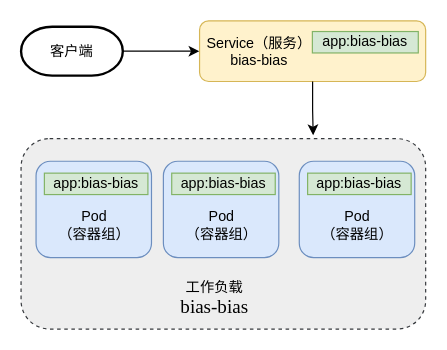
This is page "系统偏差解算软件" (15 of 24) of xw实体模块（软件）部署.drawio from LingClassmate/diagrams, a draw.io file, before an edit. Source tidied: cells renumbered, new cells numbered last; positions are measured from the earlier drawing's top-left corner, leaving out a move shared by most shapes. Both pictures are drawn from the tidied source at 119%, with x=0, y=0 at pixel (20, 20).
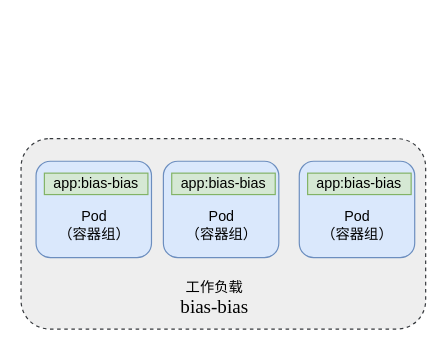
After the change.

Diff of the diagram source:
```diff
@@
 <mxGraphModel>
   <root>
     <mxCell id="0" />
     <mxCell id="1" parent="0" />
     <mxCell id="2" style="rounded=1;whiteSpace=wrap;html=1;dashed=1;fillColor=#eeeeee;strokeColor=#36393d;" parent="1" vertex="1">
       <mxGeometry x="0.2" y="99" width="340" height="160" as="geometry" />
     </mxCell>
     <mxCell id="3" style="rounded=1;whiteSpace=wrap;html=1;fillColor=#dae8fc;strokeColor=#6c8ebf;" parent="1" vertex="1">
       <mxGeometry x="12.8" y="118" width="97" height="81" as="geometry" />
     </mxCell>
     <mxCell id="4" value="app:bias-bias" style="rounded=0;whiteSpace=wrap;html=1;fillColor=#d5e8d4;strokeColor=#82b366;" parent="1" vertex="1">
       <mxGeometry x="19.8" y="128" width="87" height="18" as="geometry" />
     </mxCell>
     <mxCell id="5" value="&lt;div&gt;工作负载&lt;/div&gt;&lt;div&gt;&lt;font face=&quot;Times New Roman, serif&quot;&gt;&lt;span style=&quot;font-size: 16px;&quot;&gt;bias-bias&lt;/span&gt;&lt;/font&gt;&lt;/div&gt;" style="text;html=1;align=center;verticalAlign=middle;whiteSpace=wrap;rounded=0;" parent="1" vertex="1">
       <mxGeometry x="48.2" y="218" width="230" height="30" as="geometry" />
     </mxCell>
     <mxCell id="6" value="Pod&lt;br&gt;（容器组）" style="text;html=1;align=center;verticalAlign=middle;whiteSpace=wrap;rounded=0;" parent="1" vertex="1">
       <mxGeometry x="28.5" y="157" width="65.5" height="30" as="geometry" />
     </mxCell>
-    <mxCell id="7" style="rounded=1;whiteSpace=wrap;html=1;fillColor=#fff2cc;strokeColor=#d6b656;" parent="1" vertex="1">
-      <mxGeometry x="150.2" width="190" height="51" as="geometry" />
-    </mxCell>
-    <mxCell id="8" value="Service（服务）&lt;br&gt;bias-bias" style="text;html=1;align=center;verticalAlign=middle;whiteSpace=wrap;rounded=0;" parent="1" vertex="1">
-      <mxGeometry x="143.2" y="10.5" width="115" height="30" as="geometry" />
-    </mxCell>
-    <mxCell id="9" value="app:bias-bias" style="rounded=0;whiteSpace=wrap;html=1;fillColor=#d5e8d4;strokeColor=#82b366;" parent="1" vertex="1">
-      <mxGeometry x="245" y="9" width="89" height="18" as="geometry" />
-    </mxCell>
     <mxCell id="10" style="rounded=1;whiteSpace=wrap;html=1;fillColor=#dae8fc;strokeColor=#6c8ebf;" parent="1" vertex="1">
       <mxGeometry x="119.8" y="118" width="97" height="81" as="geometry" />
     </mxCell>
     <mxCell id="11" value="app:bias-bias" style="rounded=0;whiteSpace=wrap;html=1;fillColor=#d5e8d4;strokeColor=#82b366;" parent="1" vertex="1">
       <mxGeometry x="126.8" y="128" width="87" height="18" as="geometry" />
     </mxCell>
     <mxCell id="12" value="Pod&lt;br&gt;（容器组）" style="text;html=1;align=center;verticalAlign=middle;whiteSpace=wrap;rounded=0;" parent="1" vertex="1">
       <mxGeometry x="135.5" y="157" width="65.5" height="30" as="geometry" />
     </mxCell>
     <mxCell id="13" style="rounded=1;whiteSpace=wrap;html=1;fillColor=#dae8fc;strokeColor=#6c8ebf;" parent="1" vertex="1">
       <mxGeometry x="234" y="118" width="97" height="81" as="geometry" />
     </mxCell>
     <mxCell id="14" value="app:bias-bias" style="rounded=0;whiteSpace=wrap;html=1;fillColor=#d5e8d4;strokeColor=#82b366;" parent="1" vertex="1">
       <mxGeometry x="241" y="128" width="87" height="18" as="geometry" />
     </mxCell>
     <mxCell id="15" value="Pod&lt;br&gt;（容器组）" style="text;html=1;align=center;verticalAlign=middle;whiteSpace=wrap;rounded=0;" parent="1" vertex="1">
       <mxGeometry x="249.8" y="157" width="65.5" height="30" as="geometry" />
     </mxCell>
-    <mxCell id="16" style="edgeStyle=orthogonalEdgeStyle;rounded=0;jettySize=auto;html=1;exitX=1;exitY=0.5;exitDx=0;exitDy=0;exitPerimeter=0;entryX=0.059;entryY=0.5;entryDx=0;entryDy=0;entryPerimeter=0;" parent="1" edge="1" source="17" target="8">
-      <mxGeometry relative="1" as="geometry" />
-    </mxCell>
-    <mxCell id="17" value="客户端" style="strokeWidth=2;html=1;shape=mxgraph.flowchart.terminator;whiteSpace=wrap;" parent="1" vertex="1">
-      <mxGeometry x="0.2" y="5" width="85.5" height="41" as="geometry" />
-    </mxCell>
-    <mxCell id="18" style="edgeStyle=orthogonalEdgeStyle;rounded=0;jettySize=auto;html=1;exitX=0.5;exitY=1;exitDx=0;exitDy=0;entryX=0.722;entryY=-0.018;entryDx=0;entryDy=0;entryPerimeter=0;" parent="1" edge="1" source="7" target="2">
-      <mxGeometry relative="1" as="geometry" />
-    </mxCell>
   </root>
 </mxGraphModel>
```
